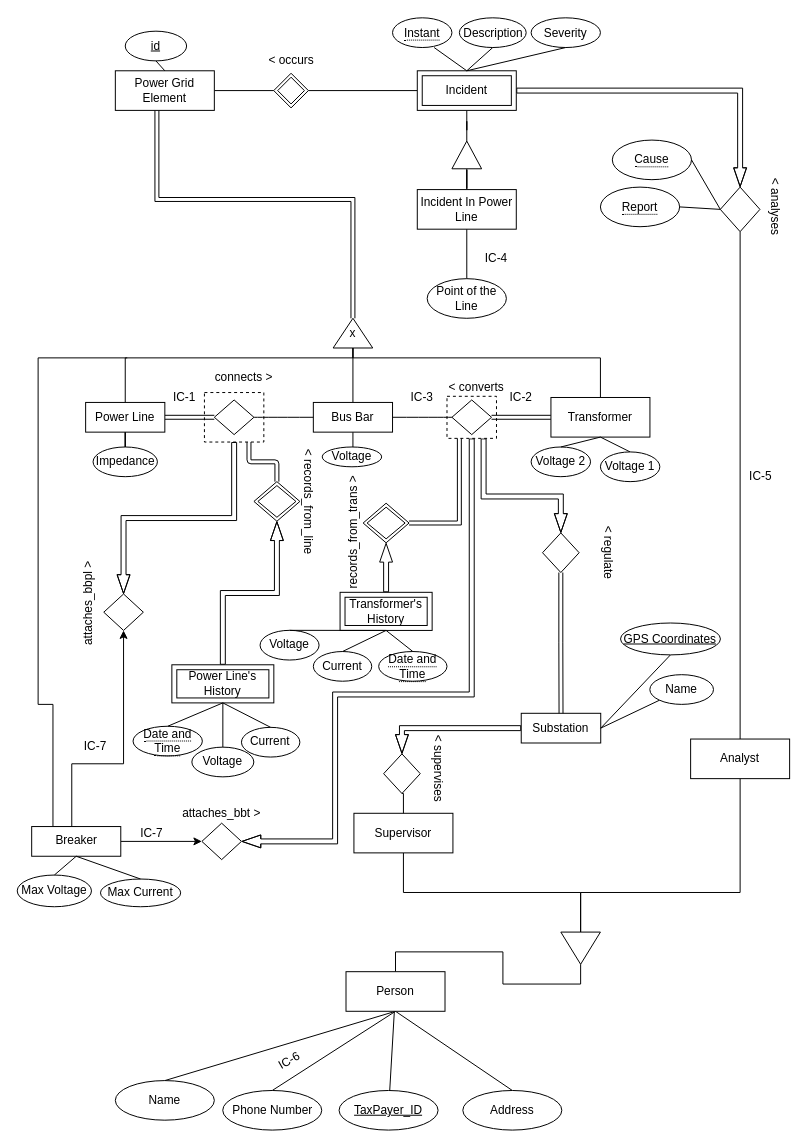
Earlier version of the draw.io diagram page "Page-3" (3 of 3) of Project/Part1/New_Version.drawio (dgd-rosa/SIBD). Source tidied: cells renumbered, new cells numbered last; positions are measured from the earlier drawing's top-left corner, leaving out a move shared by most shapes. Both pictures are drawn from the tidied source at 99%, with x=0, y=0 at pixel (17, 18).
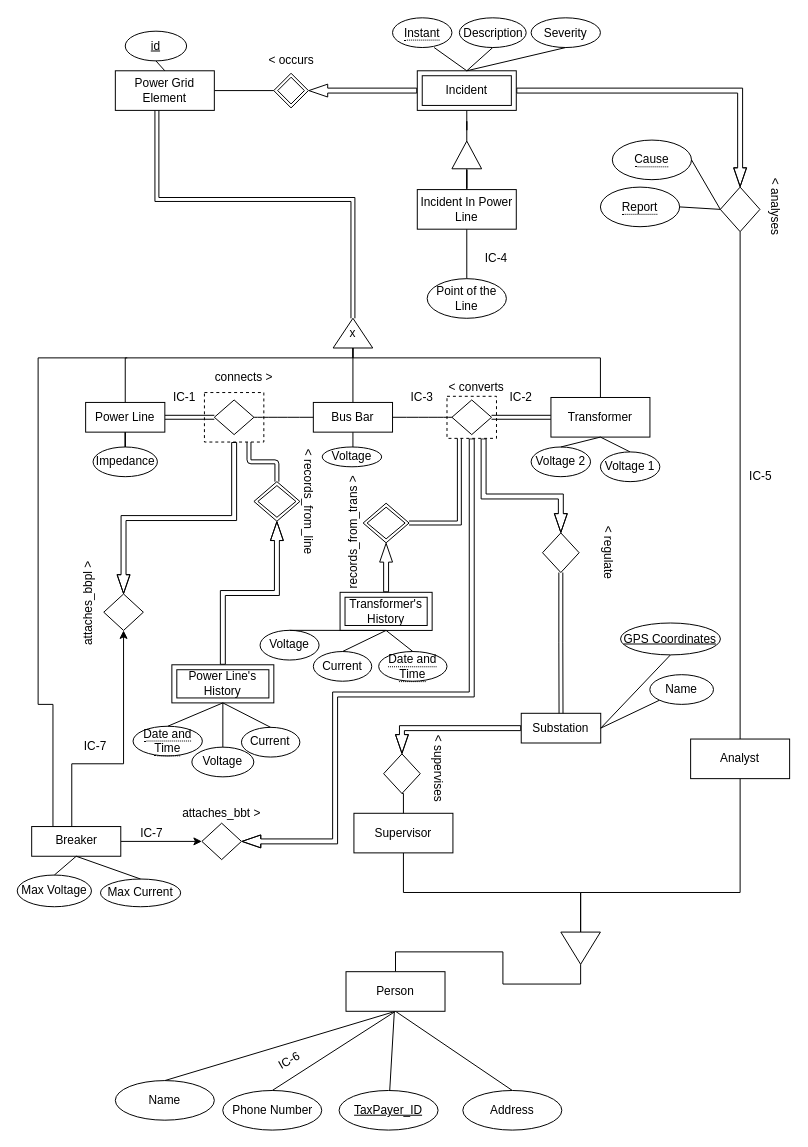
Above is the later version.

Unchanged cells that the change refers to:
```xml
<mxCell id="56" value="Incident" style="shape=ext;margin=3;double=1;whiteSpace=wrap;html=1;align=center;direction=east;" parent="1" vertex="1">
  <mxGeometry x="404" y="53" width="100" height="40" as="geometry" />
</mxCell>
<mxCell id="57" style="shape=rhombus;double=1;perimeter=rhombusPerimeter;whiteSpace=wrap;html=1;align=center;direction=south;" parent="1" vertex="1">
  <mxGeometry x="259" y="55.5" width="35" height="35" as="geometry" />
</mxCell>
```

The edit, as a diff of the source:
```diff
@@
-    <mxCell id="54" style="edgeStyle=orthogonalEdgeStyle;rounded=0;jettySize=auto;html=1;entryX=0.5;entryY=0;entryDx=0;entryDy=0;endArrow=none;endFill=0;" parent="1" edge="1" source="56" target="57">
+    <mxCell id="54" style="edgeStyle=orthogonalEdgeStyle;rounded=0;jettySize=auto;html=1;entryX=0.5;entryY=0;entryDx=0;entryDy=0;endArrow=block;endFill=0;shape=flexArrow;startArrow=none;startFill=0;width=5;endWidth=7;" parent="1" edge="1" source="56" target="57">
       <mxGeometry relative="1" as="geometry" />
     </mxCell>
```
